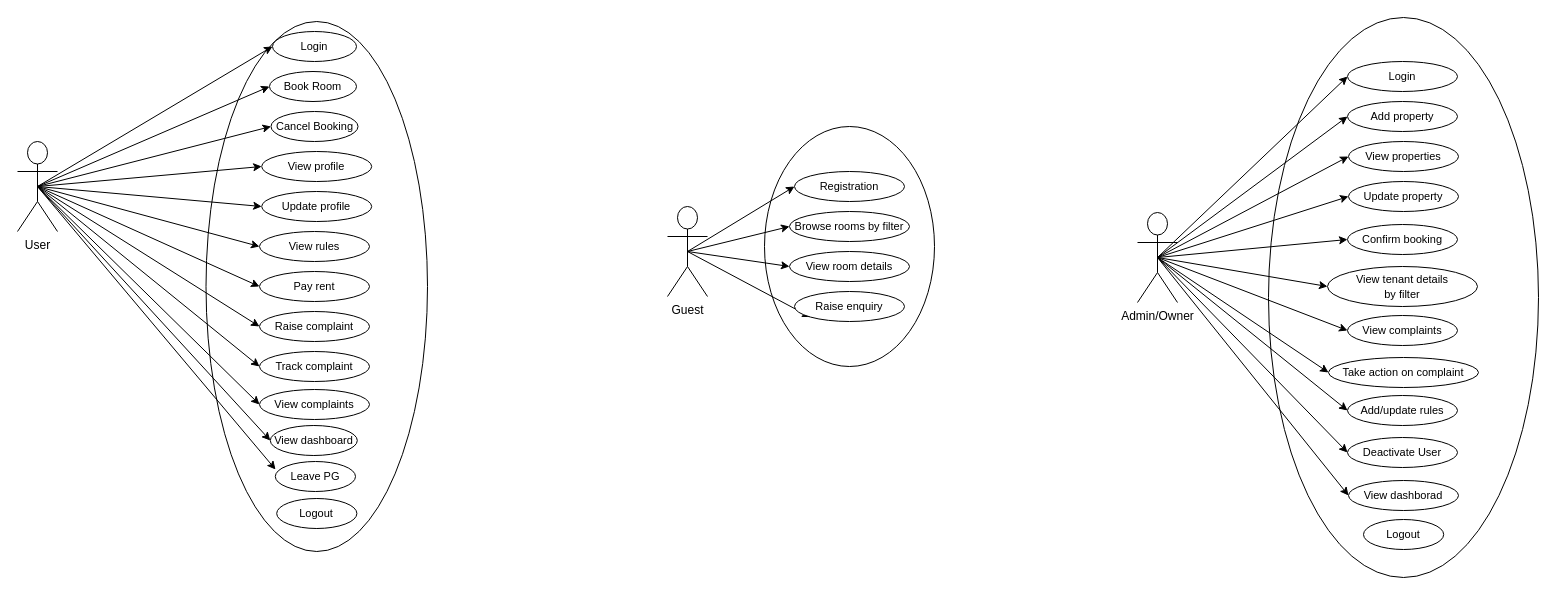
This is UMLDiagram/UML.drawio from D6-Feb2025-CDAC-Project/pg-management-docs, a draw.io file, before an edit. Source tidied: cells renumbered, new cells numbered last; positions are measured from the earlier drawing's top-left corner, leaving out a move shared by most shapes. Both pictures are drawn from the tidied source at 100%, with x=0, y=0 at pixel (17, 17).
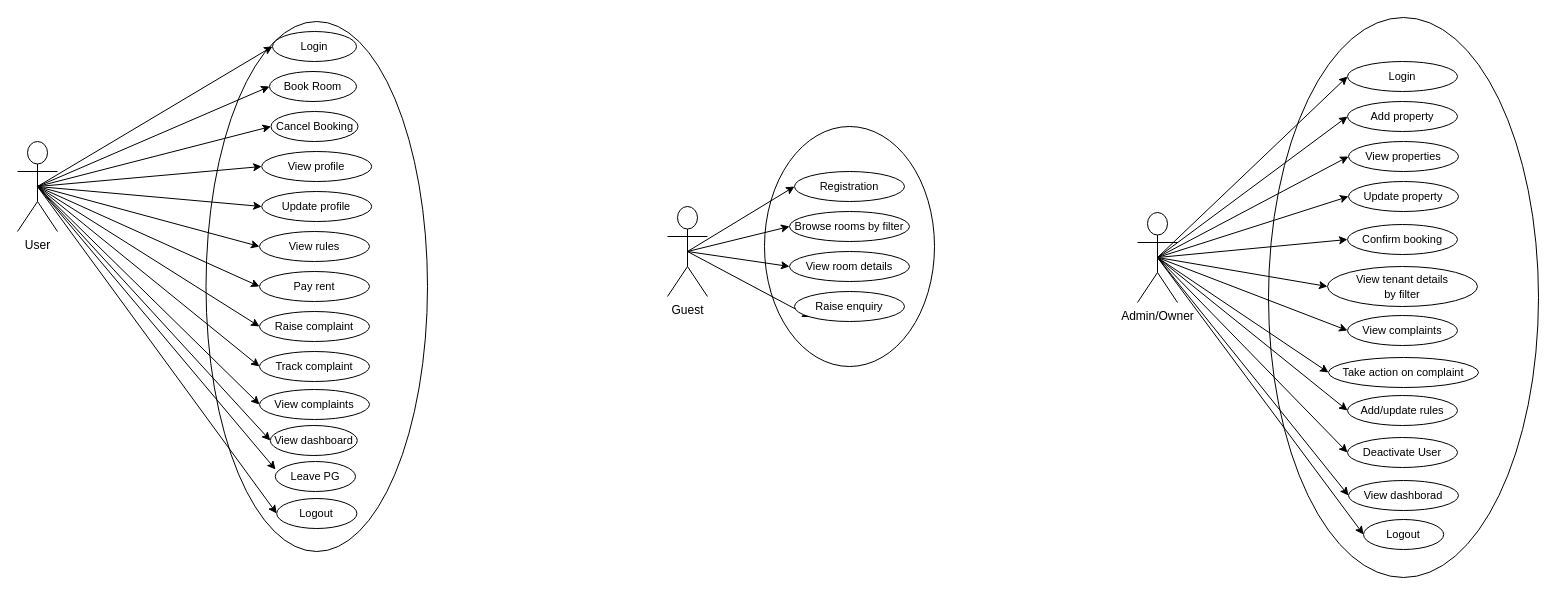
The same page after the edit.

Commit message (it also covers changes not shown here):
ER diagram first draft and updated UML

The change refers to these unchanged cells:
```xml
<mxCell id="16" value="User" style="shape=umlActor;verticalLabelPosition=bottom;verticalAlign=top;html=1;outlineConnect=0;" parent="1" vertex="1">
  <mxGeometry y="124" width="40" height="90" as="geometry" />
</mxCell>
<mxCell id="47" value="&lt;div&gt;Admin/Owner&lt;/div&gt;" style="shape=umlActor;verticalLabelPosition=bottom;verticalAlign=top;html=1;outlineConnect=0;" parent="1" vertex="1">
  <mxGeometry x="1120" y="195" width="40" height="90" as="geometry" />
</mxCell>
<mxCell id="62" value="&lt;font style=&quot;font-size: 11px;&quot;&gt;Logout&lt;/font&gt;" style="ellipse;whiteSpace=wrap;html=1;" parent="1" vertex="1">
  <mxGeometry x="259.2" y="481" width="80.2" height="30" as="geometry" />
</mxCell>
<mxCell id="63" value="&lt;font style=&quot;font-size: 11px;&quot;&gt;Logout&lt;/font&gt;" style="ellipse;whiteSpace=wrap;html=1;" parent="1" vertex="1">
  <mxGeometry x="1346" y="502" width="80.2" height="30" as="geometry" />
</mxCell>
```

Diff of the diagram source:
```diff
@@
+    <mxCell id="64" style="edgeStyle=none;shape=connector;rounded=0;jettySize=auto;html=1;exitX=0.5;exitY=0.5;exitDx=0;exitDy=0;exitPerimeter=0;entryX=0;entryY=0.5;entryDx=0;entryDy=0;strokeColor=default;align=center;verticalAlign=middle;fontFamily=Helvetica;fontSize=11;fontColor=default;labelBackgroundColor=default;endArrow=classic;" parent="1" edge="1" source="16" target="62">
+      <mxGeometry relative="1" as="geometry" />
+    </mxCell>
@@
+    <mxCell id="65" style="edgeStyle=none;shape=connector;rounded=0;jettySize=auto;html=1;exitX=0.5;exitY=0.5;exitDx=0;exitDy=0;exitPerimeter=0;entryX=0;entryY=0.5;entryDx=0;entryDy=0;strokeColor=default;align=center;verticalAlign=middle;fontFamily=Helvetica;fontSize=11;fontColor=default;labelBackgroundColor=default;endArrow=classic;" parent="1" edge="1" source="47" target="63">
+      <mxGeometry relative="1" as="geometry" />
+    </mxCell>
```
